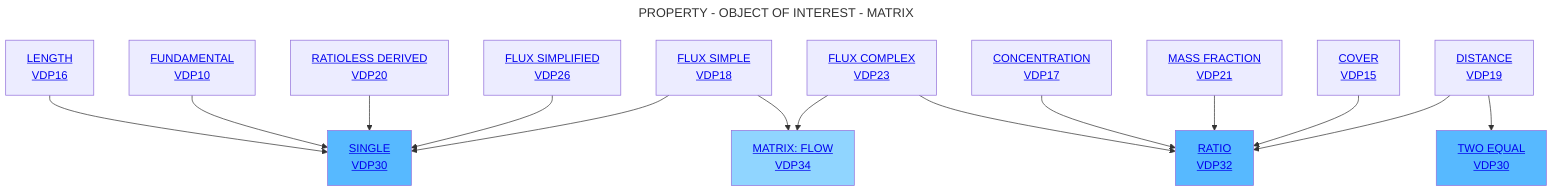
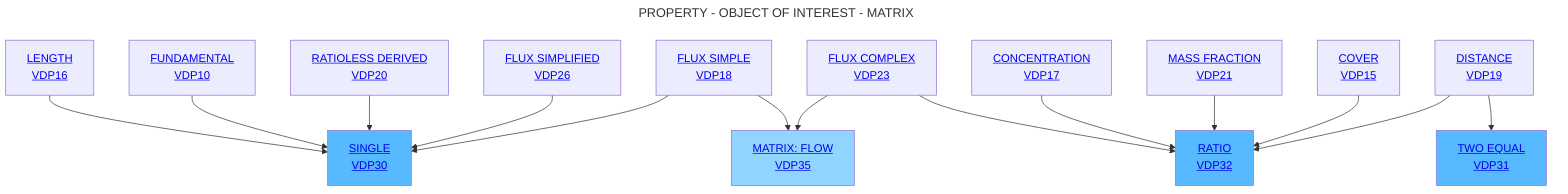
---
title: PROPERTY - OBJECT OF INTEREST - MATRIX
---
flowchart TD
    A[<a href='https://github.com/mabablue/I-ADOPT-patterns-playground/blob/main/pattern/VDP16.yaml'>LENGTH <br> VDP16</a>] --> C[<a href='https://github.com/mabablue/I-ADOPT-patterns-playground/blob/main/pattern/VDP30.yaml'>SINGLE<br> VDP30</a>]:::satblue
    B[<a href='https://github.com/mabablue/I-ADOPT-patterns-playground/blob/main/pattern/VDP10.yaml'>FUNDAMENTAL <br> VDP10</a>]  --> C
    D[<a href='https://github.com/mabablue/I-ADOPT-patterns-playground/blob/main/pattern/VDP20.yaml'>RATIOLESS DERIVED <br> VDP20</a>] --> C
    E[<a href='https://github.com/mabablue/I-ADOPT-patterns-playground/blob/main/pattern/VDP20.yaml'>FLUX SIMPLIFIED <br> VDP26</a>] --> C
    I[<a href='https://github.com/mabablue/I-ADOPT-patterns-playground/blob/main/pattern/VDP23.yaml'>FLUX COMPLEX <br> VDP23</a>] --> F
    M[<a href='https://github.com/mabablue/I-ADOPT-patterns-playground/blob/main/pattern/VDP17.yaml'>CONCENTRATION <br> VDP17</a>] --> F
    L[<a href='https://github.com/mabablue/I-ADOPT-patterns-playground/blob/main/pattern/VDP21.yaml'>MASS FRACTION <br> VDP21</a>] --> F[<a href='https://github.com/mabablue/I-ADOPT-patterns-playground/blob/main/pattern/VDP32.yaml'>RATIO <br> VDP32</a>]:::satblue
    Q[<a href='https://github.com/mabablue/I-ADOPT-patterns-playground/blob/main/pattern/VDP18.yaml'>FLUX SIMPLE <br> VDP18</a>] --> C
    P[<a href='https://github.com/mabablue/I-ADOPT-patterns-playground/blob/main/pattern/VDP15.yaml'>COVER <br> VDP15</a>] --> F
-     Q --> K[<a href='https://github.com/mabablue/I-ADOPT-patterns-playground/blob/main/pattern/VDP34.yaml'>MATRIX: FLOW <br> VDP34</a>]:::blue
+     Q --> K[<a href='https://github.com/mabablue/I-ADOPT-patterns-playground/blob/main/pattern/VDP35.yaml'>MATRIX: FLOW <br> VDP35</a>]:::blue
    G[<a href='https://github.com/mabablue/I-ADOPT-patterns-playground/blob/main/pattern/VDP23.yaml'>DISTANCE <br> VDP19</a>] --> F
-     G --> R[<a href='https://github.com/mabablue/I-ADOPT-patterns-playground/blob/main/pattern/VDP30.yaml'>TWO EQUAL <br> VDP30</a>]:::satblue
+     G --> R[<a href='https://github.com/mabablue/I-ADOPT-patterns-playground/blob/main/pattern/VDP31.yaml'>TWO EQUAL <br> VDP31</a>]:::satblue
    I --> K

   classDef blue fill:#90D5FF
   classDef satblue fill:#57B9FF
